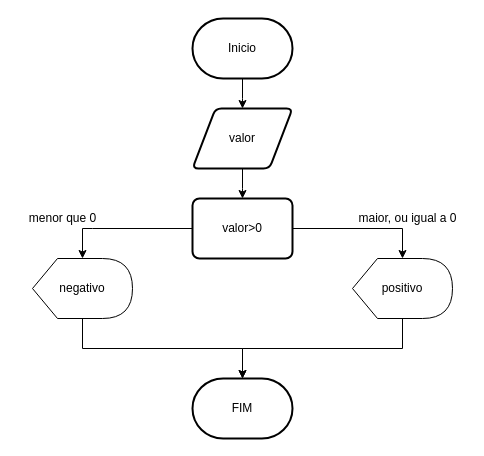
The draw.io diagram 2ATVquestão.drawio in MarcosWPinheiroM/php, before the edit. Source tidied: cells renumbered, new cells numbered last; positions are measured from the earlier drawing's top-left corner, leaving out a move shared by most shapes. Both pictures are drawn from the tidied source at 100%, with x=0, y=0 at pixel (17, 18).
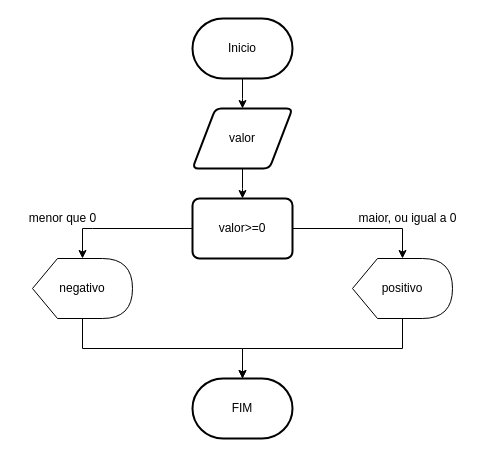
Above is the later version.

Diff of the diagram source:
```diff
@@
-    <mxCell id="8" value="valor&amp;gt;0" style="rounded=1;whiteSpace=wrap;html=1;absoluteArcSize=1;arcSize=14;strokeWidth=2;" parent="1" vertex="1">
+    <mxCell id="8" value="valor&amp;gt;=0" style="rounded=1;whiteSpace=wrap;html=1;absoluteArcSize=1;arcSize=14;strokeWidth=2;" parent="1" vertex="1">
       <mxGeometry x="175" y="180" width="100" height="60" as="geometry" />
     </mxCell>
```
